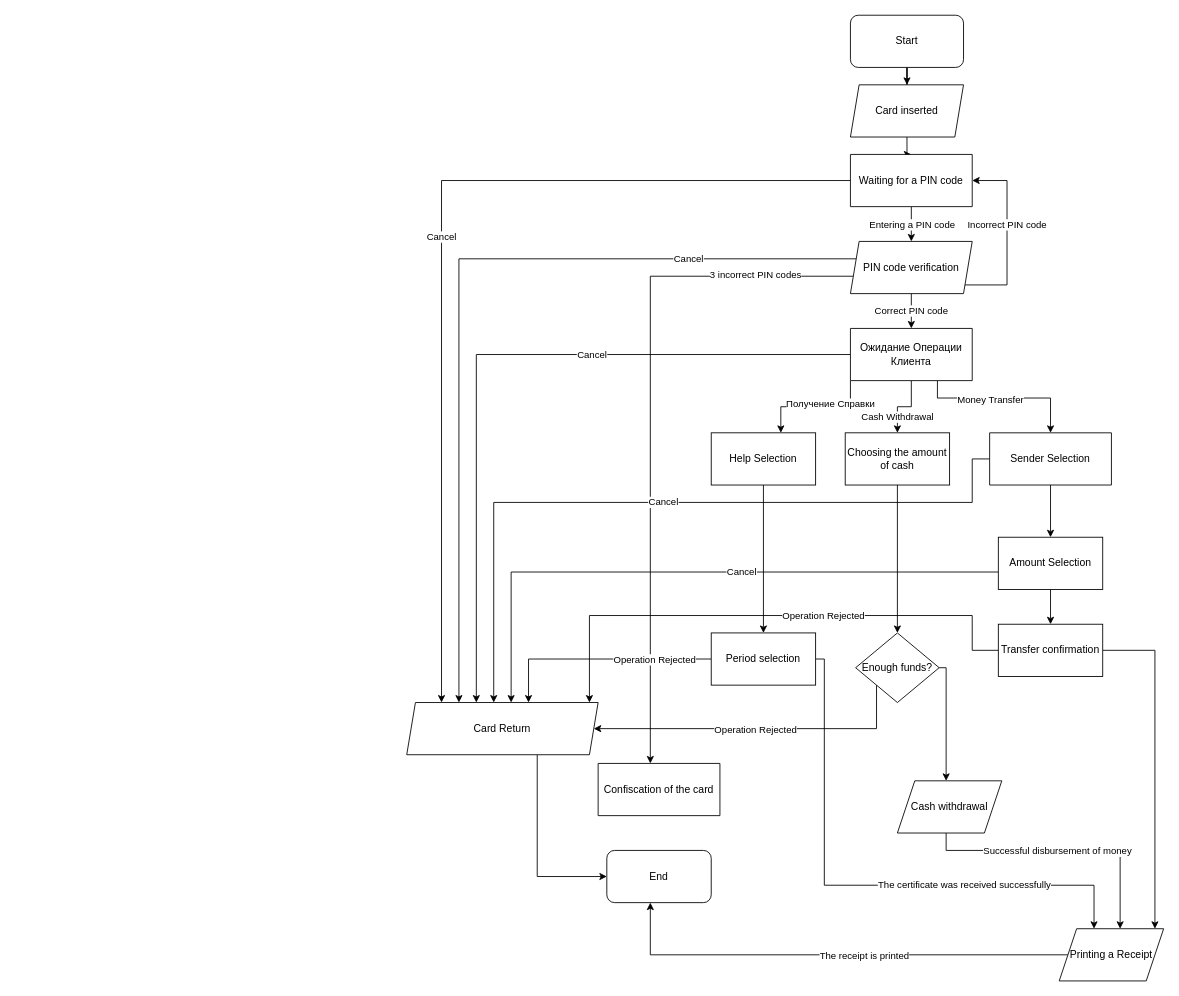
Above: Untitled Diagram.drawio in gafisun/java_ib (draw.io), before the change. Source tidied: cells renumbered, new cells numbered last; positions are measured from the earlier drawing's top-left corner, leaving out a move shared by most shapes. Both pictures are drawn from the tidied source at 87%, with x=0, y=0 at pixel (406, 15).
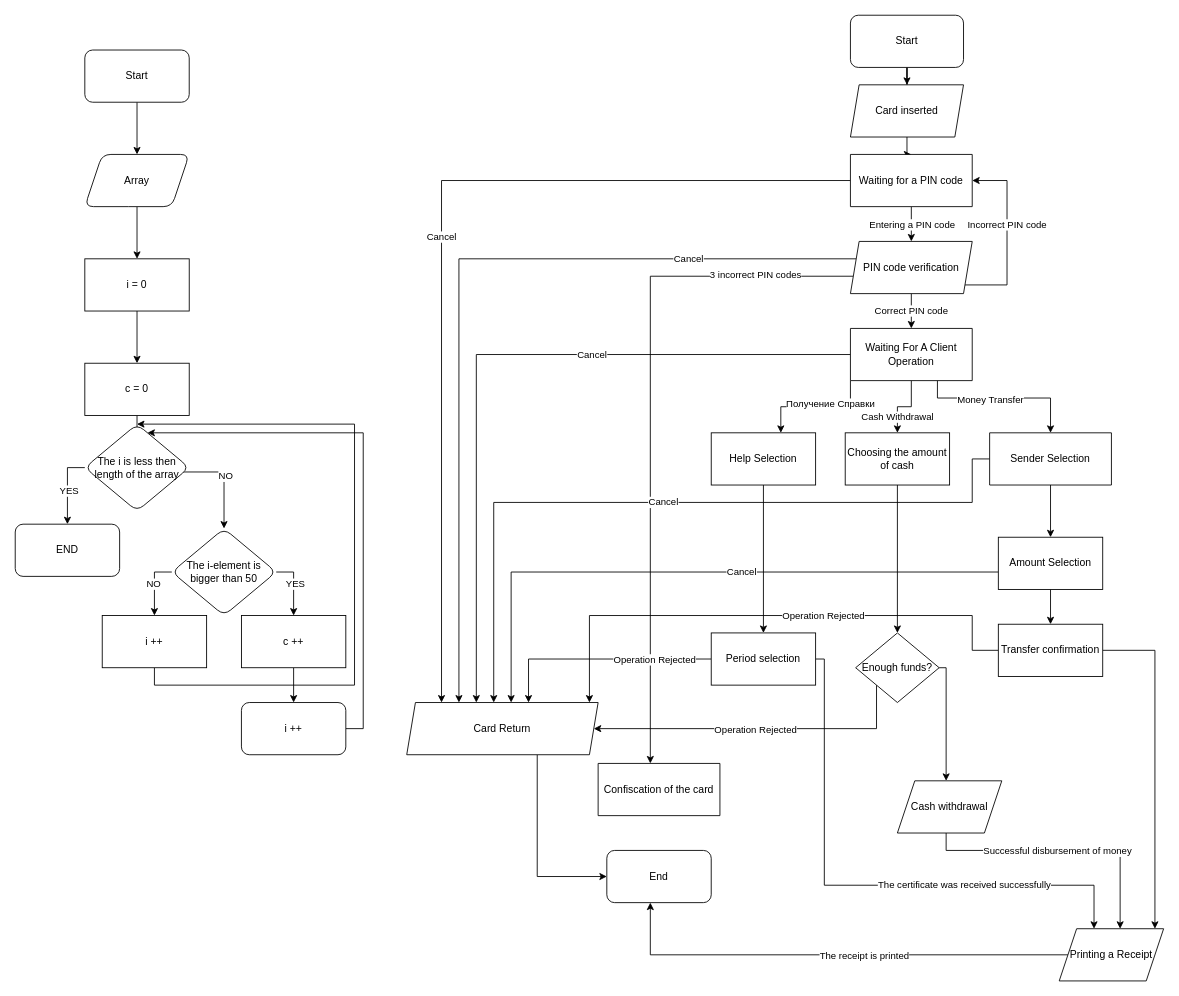
Above is the later version.

The edit, as a diff of the source:
```diff
@@
-    <mxCell id="28" value="Ожидание Операции Клиента" style="shape=parallelogram;perimeter=parallelogramPerimeter;whiteSpace=wrap;html=1;fixedSize=1;size=0;" parent="1" vertex="1">
+    <mxCell id="28" value="Waiting For A Client Operation" style="shape=parallelogram;perimeter=parallelogramPerimeter;whiteSpace=wrap;html=1;fixedSize=1;size=0;" parent="1" vertex="1">
       <mxGeometry x="510" y="360" width="140" height="60" as="geometry" />
     </mxCell>
@@
+    <mxCell id="57" style="edgeStyle=orthogonalEdgeStyle;rounded=0;jettySize=auto;html=1;" parent="1" edge="1" source="58" target="60">
+      <mxGeometry relative="1" as="geometry" />
+    </mxCell>
+    <mxCell id="58" value="Start" style="rounded=1;whiteSpace=wrap;html=1;" parent="1" vertex="1">
+      <mxGeometry x="-370" y="40" width="120" height="60" as="geometry" />
+    </mxCell>
+    <mxCell id="59" style="edgeStyle=orthogonalEdgeStyle;rounded=0;jettySize=auto;html=1;" parent="1" edge="1" source="60" target="62">
+      <mxGeometry relative="1" as="geometry" />
+    </mxCell>
+    <mxCell id="60" value="Array" style="shape=parallelogram;perimeter=parallelogramPerimeter;whiteSpace=wrap;html=1;fixedSize=1;rounded=1;" parent="1" vertex="1">
+      <mxGeometry x="-370" y="160" width="120" height="60" as="geometry" />
+    </mxCell>
+    <mxCell id="61" style="edgeStyle=orthogonalEdgeStyle;rounded=0;jettySize=auto;html=1;" parent="1" edge="1" source="62" target="65">
+      <mxGeometry relative="1" as="geometry" />
+    </mxCell>
+    <mxCell id="62" value="i = 0" style="whiteSpace=wrap;html=1;rounded=1;arcSize=0;" parent="1" vertex="1">
+      <mxGeometry x="-370" y="280" width="120" height="60" as="geometry" />
+    </mxCell>
+    <mxCell id="63" style="edgeStyle=orthogonalEdgeStyle;rounded=0;jettySize=auto;html=1;" parent="1" edge="1" source="65" target="70">
+      <mxGeometry relative="1" as="geometry" />
+    </mxCell>
+    <mxCell id="64" value="NO" style="edgeLabel;html=1;align=center;verticalAlign=middle;" parent="63" vertex="1">
+      <mxGeometry x="0.47" y="1" relative="1" as="geometry" />
+    </mxCell>
+    <mxCell id="65" value="c = 0" style="whiteSpace=wrap;html=1;rounded=1;arcSize=0;" parent="1" vertex="1">
+      <mxGeometry x="-370" y="400" width="120" height="60" as="geometry" />
+    </mxCell>
+    <mxCell id="66" style="edgeStyle=orthogonalEdgeStyle;rounded=0;jettySize=auto;html=1;" parent="1" edge="1" source="70" target="72">
+      <mxGeometry relative="1" as="geometry">
+        <Array as="points">
+          <mxPoint x="-130" y="640" />
+        </Array>
+      </mxGeometry>
+    </mxCell>
+    <mxCell id="67" value="YES" style="edgeLabel;html=1;align=center;verticalAlign=middle;" parent="66" vertex="1">
+      <mxGeometry x="-0.05" y="1" relative="1" as="geometry" />
+    </mxCell>
+    <mxCell id="68" style="edgeStyle=orthogonalEdgeStyle;rounded=0;jettySize=auto;html=1;entryX=0.5;entryY=0;entryDx=0;entryDy=0;" parent="1" edge="1" source="70" target="76">
+      <mxGeometry relative="1" as="geometry">
+        <Array as="points">
+          <mxPoint x="-290" y="640" />
+        </Array>
+      </mxGeometry>
+    </mxCell>
+    <mxCell id="69" value="NO" style="edgeLabel;html=1;align=center;verticalAlign=middle;" parent="68" vertex="1">
+      <mxGeometry x="-0.07" y="-2" relative="1" as="geometry" />
+    </mxCell>
+    <mxCell id="70" value="The i-element is bigger than 50" style="rhombus;whiteSpace=wrap;html=1;rounded=1;" parent="1" vertex="1">
+      <mxGeometry x="-270" y="590" width="120" height="100" as="geometry" />
+    </mxCell>
+    <mxCell id="71" style="edgeStyle=orthogonalEdgeStyle;rounded=0;jettySize=auto;html=1;" parent="1" edge="1" source="72" target="74">
+      <mxGeometry relative="1" as="geometry" />
+    </mxCell>
+    <mxCell id="72" value="c ++" style="whiteSpace=wrap;html=1;rounded=1;arcSize=0;" parent="1" vertex="1">
+      <mxGeometry x="-190" y="690" width="120" height="60" as="geometry" />
+    </mxCell>
+    <mxCell id="73" style="edgeStyle=orthogonalEdgeStyle;rounded=0;jettySize=auto;html=1;" parent="1" edge="1" source="74" target="79">
+      <mxGeometry relative="1" as="geometry">
+        <Array as="points">
+          <mxPoint x="-50" y="820" />
+          <mxPoint x="-50" y="480" />
+        </Array>
+      </mxGeometry>
+    </mxCell>
+    <mxCell id="74" value="i ++" style="whiteSpace=wrap;html=1;rounded=1;" parent="1" vertex="1">
+      <mxGeometry x="-190" y="790" width="120" height="60" as="geometry" />
+    </mxCell>
+    <mxCell id="75" style="edgeStyle=orthogonalEdgeStyle;rounded=0;jettySize=auto;html=1;entryX=0.5;entryY=0;entryDx=0;entryDy=0;" parent="1" edge="1" source="76" target="79">
+      <mxGeometry relative="1" as="geometry">
+        <Array as="points">
+          <mxPoint x="-290" y="770" />
+          <mxPoint x="-60" y="770" />
+          <mxPoint x="-60" y="470" />
+        </Array>
+      </mxGeometry>
+    </mxCell>
+    <mxCell id="76" value="i ++" style="whiteSpace=wrap;html=1;rounded=1;arcSize=0;" parent="1" vertex="1">
+      <mxGeometry x="-350" y="690" width="120" height="60" as="geometry" />
+    </mxCell>
+    <mxCell id="77" style="edgeStyle=orthogonalEdgeStyle;rounded=0;jettySize=auto;html=1;" parent="1" edge="1" source="79" target="80">
+      <mxGeometry relative="1" as="geometry">
+        <Array as="points">
+          <mxPoint x="-390" y="520" />
+        </Array>
+      </mxGeometry>
+    </mxCell>
+    <mxCell id="78" value="YES" style="edgeLabel;html=1;align=center;verticalAlign=middle;" parent="77" vertex="1">
+      <mxGeometry x="0.09" y="1" relative="1" as="geometry" />
+    </mxCell>
+    <mxCell id="79" value="The i is less then length of the array" style="rhombus;whiteSpace=wrap;html=1;rounded=1;" parent="1" vertex="1">
+      <mxGeometry x="-370" y="470" width="120" height="100" as="geometry" />
+    </mxCell>
+    <mxCell id="80" value="END" style="whiteSpace=wrap;html=1;rounded=1;" parent="1" vertex="1">
+      <mxGeometry x="-450" y="585" width="120" height="60" as="geometry" />
+    </mxCell>
```
